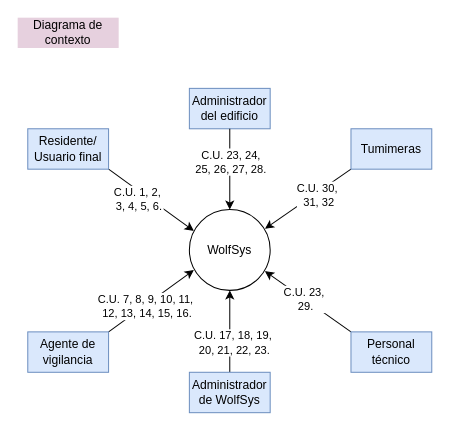
This is Documentación de la arquitectura/Diagramas/Editables-drawio/Diagrama-de-contexto.drawio from LIMoreno04/Caso-de-estudio---WolfSys---Arquitectura, a draw.io file, before an edit. Source tidied: cells renumbered, new cells numbered last; positions are measured from the earlier drawing's top-left corner, leaving out a move shared by most shapes. Both pictures are drawn from the tidied source at 101%, with x=0, y=0 at pixel (17, 17).
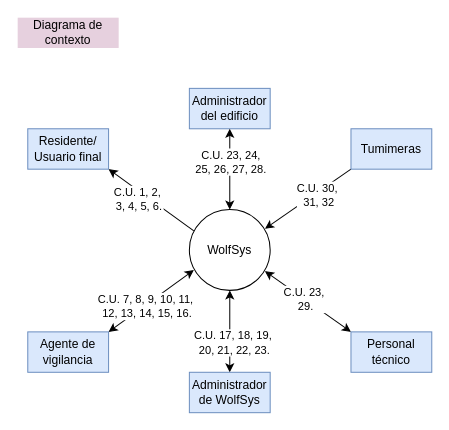
The same page after the edit.

Commit message (it also covers changes not shown here):
retoques a diag. de ctxo

Unchanged cells that the change refers to:
```xml
<mxCell id="2" value="WolfSys" style="ellipse;whiteSpace=wrap;html=1;" parent="1" vertex="1">
  <mxGeometry x="170" y="190" width="80" height="80" as="geometry" />
</mxCell>
<mxCell id="5" value="Agente de vigilancia" style="rounded=0;whiteSpace=wrap;html=1;fillColor=#dae8fc;strokeColor=#6c8ebf;" parent="1" vertex="1">
  <mxGeometry x="10" y="311.1" width="80" height="40" as="geometry" />
</mxCell>
<mxCell id="8" value="Administrador de WolfSys" style="rounded=0;whiteSpace=wrap;html=1;fillColor=#dae8fc;strokeColor=#6c8ebf;" parent="1" vertex="1">
  <mxGeometry x="170" y="351.1" width="80" height="40" as="geometry" />
</mxCell>
<mxCell id="13" value="Personal técnico" style="rounded=0;whiteSpace=wrap;html=1;fillColor=#dae8fc;strokeColor=#6c8ebf;" parent="1" vertex="1">
  <mxGeometry x="330" y="311.1" width="80" height="40" as="geometry" />
</mxCell>
<mxCell id="17" value="Residente/&lt;div&gt;Usuario final&lt;/div&gt;" style="rounded=0;whiteSpace=wrap;html=1;fillColor=#dae8fc;strokeColor=#6c8ebf;" parent="1" vertex="1">
  <mxGeometry x="10" y="110" width="80" height="40" as="geometry" />
</mxCell>
<mxCell id="19" value="Administrador del edificio" style="rounded=0;whiteSpace=wrap;html=1;fillColor=#dae8fc;strokeColor=#6c8ebf;" parent="1" vertex="1">
  <mxGeometry x="170" y="70" width="80" height="40" as="geometry" />
</mxCell>
```

Change to the diagram source:
```diff
@@
-    <mxCell id="3" style="rounded=0;jettySize=auto;html=1;exitX=1;exitY=0;exitDx=0;exitDy=0;entryX=0.055;entryY=0.748;entryDx=0;entryDy=0;entryPerimeter=0;" parent="1" edge="1" source="5" target="2">
+    <mxCell id="3" style="rounded=0;jettySize=auto;html=1;exitX=1;exitY=0;exitDx=0;exitDy=0;entryX=0.055;entryY=0.748;entryDx=0;entryDy=0;entryPerimeter=0;startArrow=classic;startFill=1;" parent="1" edge="1" source="5" target="2">
       <mxGeometry relative="1" as="geometry" />
     </mxCell>
@@
-    <mxCell id="6" style="rounded=0;jettySize=auto;html=1;exitX=0.5;exitY=0;exitDx=0;exitDy=0;entryX=0.5;entryY=1;entryDx=0;entryDy=0;" parent="1" edge="1" source="8" target="2">
+    <mxCell id="6" style="rounded=0;jettySize=auto;html=1;exitX=0.5;exitY=0;exitDx=0;exitDy=0;entryX=0.5;entryY=1;entryDx=0;entryDy=0;startArrow=classic;startFill=1;" parent="1" edge="1" source="8" target="2">
       <mxGeometry relative="1" as="geometry" />
     </mxCell>
@@
-    <mxCell id="11" style="rounded=0;jettySize=auto;html=1;exitX=0;exitY=0;exitDx=0;exitDy=0;entryX=0.935;entryY=0.763;entryDx=0;entryDy=0;entryPerimeter=0;" parent="1" edge="1" source="13" target="2">
+    <mxCell id="11" style="rounded=0;jettySize=auto;html=1;exitX=0;exitY=0;exitDx=0;exitDy=0;entryX=0.935;entryY=0.763;entryDx=0;entryDy=0;entryPerimeter=0;startArrow=classic;startFill=1;" parent="1" edge="1" source="13" target="2">
       <mxGeometry relative="1" as="geometry" />
     </mxCell>
@@
-    <mxCell id="15" style="rounded=0;jettySize=auto;html=1;exitX=1;exitY=1;exitDx=0;exitDy=0;entryX=0.055;entryY=0.263;entryDx=0;entryDy=0;entryPerimeter=0;" parent="1" edge="1" source="17" target="2">
+    <mxCell id="15" style="rounded=0;jettySize=auto;html=1;exitX=1;exitY=1;exitDx=0;exitDy=0;entryX=0.055;entryY=0.263;entryDx=0;entryDy=0;entryPerimeter=0;startArrow=classic;startFill=1;endArrow=none;" parent="1" edge="1" source="17" target="2">
       <mxGeometry relative="1" as="geometry" />
     </mxCell>
@@
-    <mxCell id="20" style="rounded=0;jettySize=auto;html=1;entryX=0.5;entryY=0;entryDx=0;entryDy=0;" parent="1" edge="1" source="19" target="2">
+    <mxCell id="20" style="rounded=0;jettySize=auto;html=1;entryX=0.5;entryY=0;entryDx=0;entryDy=0;startArrow=classic;startFill=1;" parent="1" edge="1" source="19" target="2">
       <mxGeometry relative="1" as="geometry" />
     </mxCell>
```
